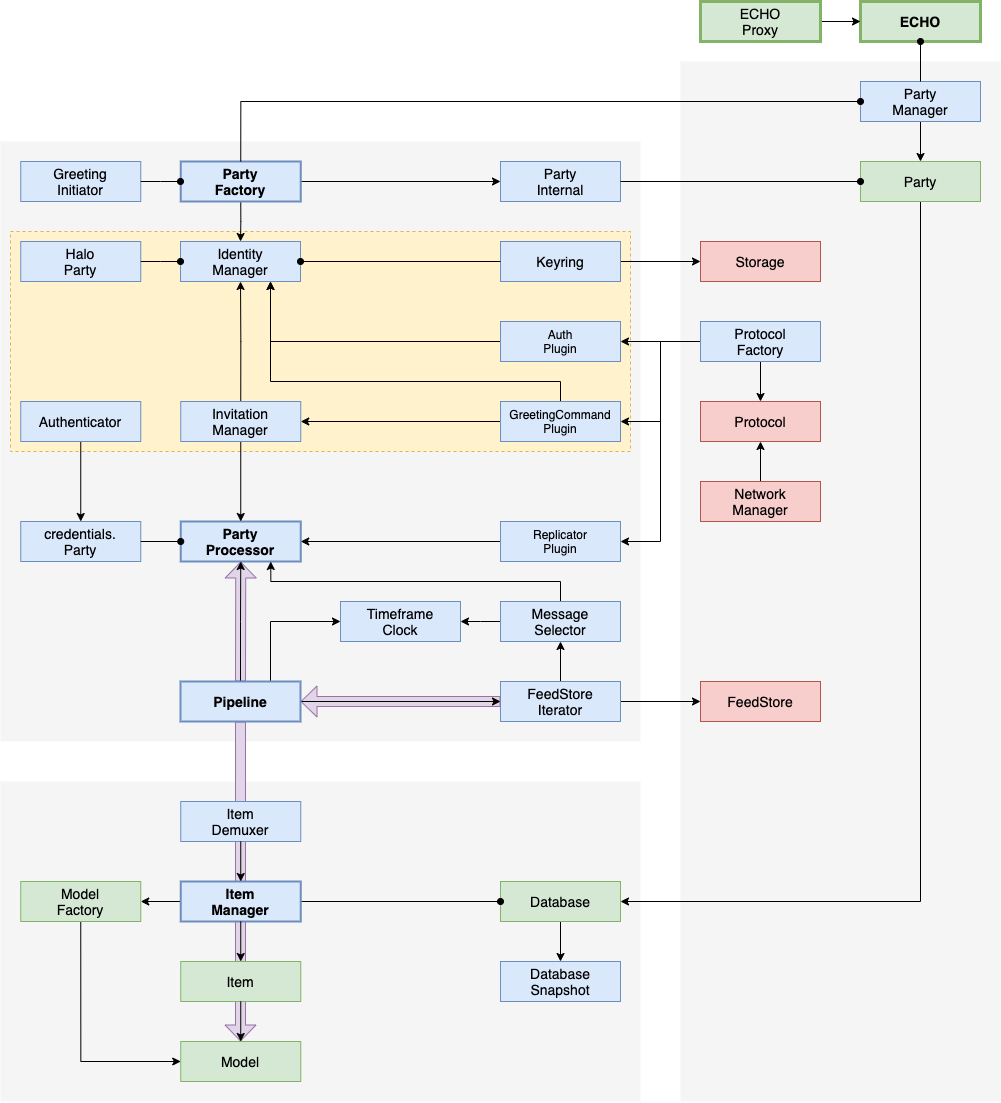
The draw.io diagram docs/diagrams/echo-architecture.png in dxos/dxos, before a commit. Source tidied: cells renumbered, new cells last; positions are measured from the earlier drawing's top-left corner, leaving out a move shared by most shapes.
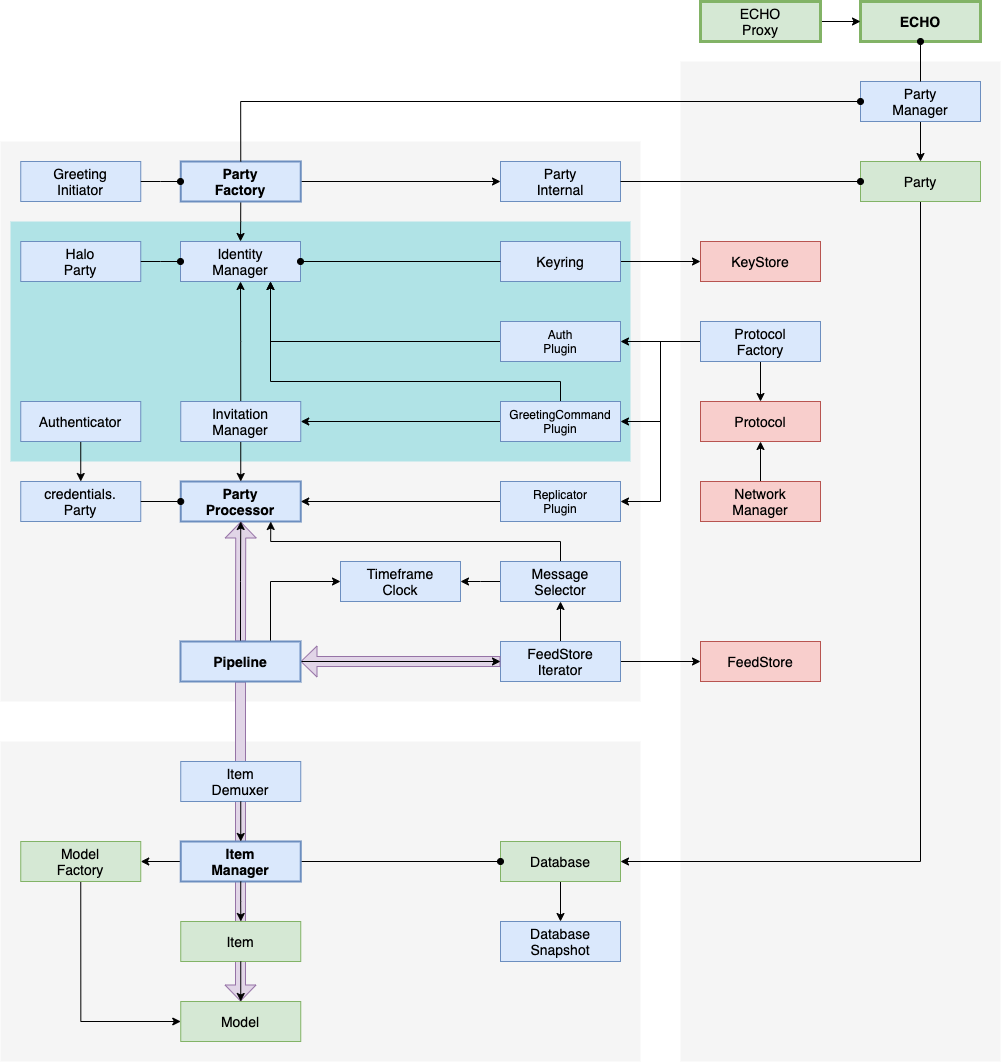
Above is the later version.

What changed in the source:
```diff
@@ -3,16 +3,16 @@
     <mxCell id="0" />
     <mxCell id="1" parent="0" />
     <mxCell id="2" style="rounded=0;whiteSpace=wrap;html=1;fontSize=14;fontFamily=Helvetica;fontStyle=0;fillColor=#f5f5f5;dashed=1;fontColor=#333333;strokeColor=none;" parent="1" vertex="1">
-      <mxGeometry y="140" width="640" height="600" as="geometry" />
+      <mxGeometry y="140" width="640" height="560" as="geometry" />
     </mxCell>
     <mxCell id="3" style="rounded=0;whiteSpace=wrap;html=1;fontSize=14;fontFamily=Helvetica;fontStyle=0;fillColor=#f5f5f5;dashed=1;fontColor=#333333;strokeColor=none;" parent="1" vertex="1">
-      <mxGeometry x="680" y="60" width="320" height="1040" as="geometry" />
+      <mxGeometry x="680" y="60" width="320" height="1000" as="geometry" />
     </mxCell>
     <mxCell id="4" style="rounded=0;whiteSpace=wrap;html=1;fontSize=14;fontFamily=Helvetica;fontStyle=0;fillColor=#f5f5f5;dashed=1;fontColor=#333333;strokeColor=none;" parent="1" vertex="1">
-      <mxGeometry y="780" width="640" height="320" as="geometry" />
+      <mxGeometry y="740" width="640" height="320" as="geometry" />
     </mxCell>
-    <mxCell id="5" style="rounded=0;whiteSpace=wrap;html=1;fontSize=14;fontFamily=Helvetica;fontStyle=0;fillColor=#fff2cc;dashed=1;strokeColor=#d6b656;" parent="1" vertex="1">
-      <mxGeometry x="10" y="230" width="620" height="220" as="geometry" />
+    <mxCell id="5" style="rounded=0;whiteSpace=wrap;html=1;fontSize=14;fontFamily=Helvetica;fontStyle=0;fillColor=#b0e3e6;strokeColor=none;" parent="1" vertex="1">
+      <mxGeometry x="10" y="220" width="620" height="240" as="geometry" />
     </mxCell>
     <mxCell id="6" style="edgeStyle=orthogonalEdgeStyle;rounded=0;jettySize=auto;html=1;exitX=0.5;exitY=1;exitDx=0;exitDy=0;fontSize=12;startArrow=none;startFill=0;endArrow=classic;endFill=1;" parent="1" edge="1" source="7" target="34">
       <mxGeometry relative="1" as="geometry" />
@@ -30,13 +30,13 @@
       <mxGeometry relative="1" as="geometry" />
     </mxCell>
     <mxCell id="11" value="Party&lt;br&gt;Processor" style="rounded=0;whiteSpace=wrap;html=1;fontSize=14;fontFamily=Helvetica;fillColor=#dae8fc;strokeColor=#6c8ebf;fontStyle=1;strokeWidth=2;" parent="1" vertex="1">
-      <mxGeometry x="180.2" y="520" width="120" height="40" as="geometry" />
+      <mxGeometry x="180.2" y="480" width="120" height="40" as="geometry" />
     </mxCell>
     <mxCell id="12" value="credentials.&lt;br&gt;Party" style="rounded=0;whiteSpace=wrap;html=1;fontSize=14;fontFamily=Helvetica;fillColor=#dae8fc;strokeColor=#6c8ebf;fontStyle=0;strokeWidth=1;" parent="1" vertex="1">
-      <mxGeometry x="20.2" y="520" width="120" height="40" as="geometry" />
+      <mxGeometry x="20.2" y="480" width="120" height="40" as="geometry" />
     </mxCell>
     <mxCell id="13" value="Timeframe&lt;br&gt;Clock" style="rounded=0;whiteSpace=wrap;html=1;fontSize=14;fontFamily=Helvetica;fillColor=#dae8fc;strokeColor=#6c8ebf;fontStyle=0;strokeWidth=1;" parent="1" vertex="1">
-      <mxGeometry x="340" y="600" width="120" height="40" as="geometry" />
+      <mxGeometry x="340" y="560" width="120" height="40" as="geometry" />
     </mxCell>
     <mxCell id="14" value="Identity&lt;br&gt;Manager" style="rounded=0;whiteSpace=wrap;html=1;fontSize=14;fontFamily=Helvetica;fillColor=#dae8fc;strokeColor=#6c8ebf;fontStyle=0;strokeWidth=1;" parent="1" vertex="1">
       <mxGeometry x="180" y="240" width="120" height="40" as="geometry" />
@@ -51,7 +51,7 @@
       <mxGeometry relative="1" as="geometry">
         <Array as="points">
           <mxPoint x="660" y="340" />
-          <mxPoint x="660" y="540" />
+          <mxPoint x="660" y="500" />
         </Array>
       </mxGeometry>
     </mxCell>
@@ -74,7 +74,7 @@
       <mxGeometry relative="1" as="geometry" />
     </mxCell>
     <mxCell id="24" value="Model&lt;br&gt;Factory" style="rounded=0;whiteSpace=wrap;html=1;fontSize=14;fontFamily=Helvetica;fillColor=#d5e8d4;strokeColor=#82b366;fontStyle=0;strokeWidth=1;" parent="1" vertex="1">
-      <mxGeometry x="20.2" y="880" width="120" height="40" as="geometry" />
+      <mxGeometry x="20.2" y="840" width="120" height="40" as="geometry" />
     </mxCell>
     <mxCell id="25" style="edgeStyle=orthogonalEdgeStyle;rounded=0;jettySize=auto;html=1;exitX=0.5;exitY=0;exitDx=0;exitDy=0;fontSize=12;startArrow=none;startFill=0;endArrow=classic;endFill=1;" parent="1" edge="1" source="26" target="75">
       <mxGeometry relative="1" as="geometry" />
@@ -97,7 +97,7 @@
     <mxCell id="31" style="edgeStyle=orthogonalEdgeStyle;rounded=0;jettySize=auto;html=1;exitX=0.5;exitY=0;exitDx=0;exitDy=0;endArrow=classic;" parent="1" edge="1" source="52" target="40">
       <mxGeometry relative="1" as="geometry" />
     </mxCell>
-    <mxCell id="32" value="Storage" style="rounded=0;whiteSpace=wrap;html=1;fontSize=14;fontFamily=Helvetica;fillColor=#f8cecc;strokeColor=#b85450;fontStyle=0;strokeWidth=1;" parent="1" vertex="1">
+    <mxCell id="32" value="KeyStore" style="rounded=0;whiteSpace=wrap;html=1;fontSize=14;fontFamily=Helvetica;fillColor=#f8cecc;strokeColor=#b85450;fontStyle=0;strokeWidth=1;" parent="1" vertex="1">
       <mxGeometry x="700" y="240" width="120" height="40" as="geometry" />
     </mxCell>
     <mxCell id="33" value="ECHO" style="rounded=0;whiteSpace=wrap;html=1;fontSize=14;fontFamily=Helvetica;fillColor=#d5e8d4;strokeColor=#82b366;fontStyle=1;strokeWidth=3;" parent="1" vertex="1">
@@ -110,7 +110,7 @@
       <mxGeometry relative="1" as="geometry" />
     </mxCell>
     <mxCell id="36" value="Database" style="rounded=0;whiteSpace=wrap;html=1;fontSize=14;fontFamily=Helvetica;fillColor=#d5e8d4;strokeColor=#82b366;fontStyle=0;strokeWidth=1;" parent="1" vertex="1">
-      <mxGeometry x="500" y="880" width="120" height="40" as="geometry" />
+      <mxGeometry x="500" y="840" width="120" height="40" as="geometry" />
     </mxCell>
     <mxCell id="37" style="edgeStyle=orthogonalEdgeStyle;rounded=0;orthogonalLoop=1;jettySize=auto;html=1;exitX=0.5;exitY=1;exitDx=0;exitDy=0;" parent="1" edge="1" source="44" target="44">
       <mxGeometry relative="1" as="geometry" />
@@ -118,27 +118,27 @@
     <mxCell id="38" style="edgeStyle=orthogonalEdgeStyle;rounded=0;jettySize=auto;html=1;exitX=0;exitY=0.5;exitDx=0;exitDy=0;entryX=1;entryY=0.5;entryDx=0;entryDy=0;" parent="1" edge="1" source="40" target="13">
       <mxGeometry relative="1" as="geometry">
         <Array as="points">
-          <mxPoint x="480" y="620" />
-          <mxPoint x="480" y="620" />
+          <mxPoint x="480" y="580" />
+          <mxPoint x="480" y="580" />
         </Array>
       </mxGeometry>
     </mxCell>
     <mxCell id="39" style="edgeStyle=orthogonalEdgeStyle;rounded=0;jettySize=auto;html=1;exitX=0.5;exitY=0;exitDx=0;exitDy=0;entryX=0.75;entryY=1;entryDx=0;entryDy=0;" parent="1" edge="1" source="40" target="11">
       <mxGeometry relative="1" as="geometry">
         <Array as="points">
-          <mxPoint x="560" y="580" />
-          <mxPoint x="270" y="580" />
+          <mxPoint x="560" y="540" />
+          <mxPoint x="270" y="540" />
         </Array>
       </mxGeometry>
     </mxCell>
     <mxCell id="40" value="Message&lt;br&gt;Selector" style="rounded=0;whiteSpace=wrap;html=1;fontSize=14;fontFamily=Helvetica;fillColor=#dae8fc;strokeColor=#6c8ebf;fontStyle=0;strokeWidth=1;" parent="1" vertex="1">
-      <mxGeometry x="500" y="600" width="120" height="40" as="geometry" />
+      <mxGeometry x="500" y="560" width="120" height="40" as="geometry" />
     </mxCell>
     <mxCell id="41" value="Halo&lt;br&gt;Party" style="rounded=0;whiteSpace=wrap;html=1;fontSize=14;fontFamily=Helvetica;fillColor=#dae8fc;strokeColor=#6c8ebf;fontStyle=0;strokeWidth=1;" parent="1" vertex="1">
       <mxGeometry x="20.2" y="240" width="120" height="40" as="geometry" />
     </mxCell>
     <mxCell id="42" value="FeedStore" style="rounded=0;whiteSpace=wrap;html=1;fontSize=14;fontFamily=Helvetica;fillColor=#f8cecc;strokeColor=#b85450;fontStyle=0;strokeWidth=1;" parent="1" vertex="1">
-      <mxGeometry x="700" y="680" width="120" height="40" as="geometry" />
+      <mxGeometry x="700" y="640" width="120" height="40" as="geometry" />
     </mxCell>
     <mxCell id="43" style="edgeStyle=orthogonalEdgeStyle;rounded=0;jettySize=auto;html=1;exitX=1;exitY=0.5;exitDx=0;exitDy=0;entryX=0;entryY=0.5;entryDx=0;entryDy=0;fontSize=12;startArrow=none;startFill=0;endArrow=classic;endFill=1;" parent="1" edge="1" source="44" target="32">
       <mxGeometry relative="1" as="geometry" />
@@ -178,14 +178,14 @@
       <mxGeometry relative="1" as="geometry" />
     </mxCell>
     <mxCell id="52" value="FeedStore&lt;br&gt;Iterator" style="rounded=0;whiteSpace=wrap;html=1;fontSize=14;fontFamily=Helvetica;fillColor=#dae8fc;strokeColor=#6c8ebf;fontStyle=0;strokeWidth=1;" parent="1" vertex="1">
-      <mxGeometry x="500" y="680" width="120" height="40" as="geometry" />
+      <mxGeometry x="500" y="640" width="120" height="40" as="geometry" />
     </mxCell>
     <mxCell id="53" style="shape=flexArrow;endArrow=classic;html=1;endSize=5;strokeColor=#9673a6;fillColor=#e1d5e7;entryX=1;entryY=0.5;entryDx=0;entryDy=0;exitX=0;exitY=0.5;exitDx=0;exitDy=0;" parent="1" edge="1" source="52" target="78">
       <mxGeometry relative="1" as="geometry" />
     </mxCell>
     <mxCell id="54" style="shape=flexArrow;endArrow=classic;html=1;endSize=5;strokeColor=#9673a6;fillColor=#e1d5e7;entryX=0.5;entryY=1;entryDx=0;entryDy=0;" parent="1" edge="1" target="11">
       <mxGeometry relative="1" as="geometry">
-        <mxPoint x="240" y="680" as="sourcePoint" />
+        <mxPoint x="240" y="640" as="sourcePoint" />
       </mxGeometry>
     </mxCell>
     <mxCell id="55" style="edgeStyle=orthogonalEdgeStyle;rounded=0;jettySize=auto;html=1;exitX=0.5;exitY=0;exitDx=0;exitDy=0;entryX=0.5;entryY=1;entryDx=0;entryDy=0;" parent="1" edge="1" source="78" target="11">
@@ -193,20 +193,20 @@
     </mxCell>
     <mxCell id="56" style="shape=flexArrow;endArrow=classic;html=1;endSize=5;strokeColor=#9673a6;fillColor=#e1d5e7;exitX=0.5;exitY=1;exitDx=0;exitDy=0;" parent="1" edge="1" source="78">
       <mxGeometry relative="1" as="geometry">
-        <mxPoint x="240" y="1040" as="targetPoint" />
+        <mxPoint x="240" y="1000" as="targetPoint" />
       </mxGeometry>
     </mxCell>
     <mxCell id="57" value="Item" style="rounded=0;whiteSpace=wrap;html=1;fontSize=14;fontFamily=Helvetica;fillColor=#d5e8d4;strokeColor=#82b366;fontStyle=0;strokeWidth=1;" parent="1" vertex="1">
-      <mxGeometry x="180.2" y="960" width="120" height="40" as="geometry" />
+      <mxGeometry x="180.2" y="920" width="120" height="40" as="geometry" />
     </mxCell>
     <mxCell id="58" value="Model" style="rounded=0;whiteSpace=wrap;html=1;fontSize=14;fontFamily=Helvetica;fillColor=#d5e8d4;strokeColor=#82b366;fontStyle=0;strokeWidth=1;" parent="1" vertex="1">
-      <mxGeometry x="180.2" y="1040" width="120" height="40" as="geometry" />
+      <mxGeometry x="180.2" y="1000" width="120" height="40" as="geometry" />
     </mxCell>
     <mxCell id="59" value="Item&lt;br&gt;Demuxer" style="rounded=0;whiteSpace=wrap;html=1;fontSize=14;fontFamily=Helvetica;fillColor=#dae8fc;strokeColor=#6c8ebf;fontStyle=0;strokeWidth=1;" parent="1" vertex="1">
-      <mxGeometry x="180.2" y="800" width="120" height="40" as="geometry" />
+      <mxGeometry x="180.2" y="760" width="120" height="40" as="geometry" />
     </mxCell>
     <mxCell id="60" value="Item&lt;br&gt;Manager" style="rounded=0;whiteSpace=wrap;html=1;fontSize=14;fontFamily=Helvetica;fillColor=#dae8fc;strokeColor=#6c8ebf;fontStyle=1;strokeWidth=2;" parent="1" vertex="1">
-      <mxGeometry x="180.2" y="880" width="120" height="40" as="geometry" />
+      <mxGeometry x="180.2" y="840" width="120" height="40" as="geometry" />
     </mxCell>
     <mxCell id="61" style="edgeStyle=orthogonalEdgeStyle;rounded=0;jettySize=auto;html=1;exitX=0.5;exitY=1;exitDx=0;exitDy=0;" parent="1" edge="1" source="60" target="57">
       <mxGeometry relative="1" as="geometry" />
@@ -224,7 +224,7 @@
       <mxGeometry x="700" width="120" height="40" as="geometry" />
     </mxCell>
     <mxCell id="66" value="Database&lt;br&gt;Snapshot" style="rounded=0;whiteSpace=wrap;html=1;fontSize=14;fontFamily=Helvetica;fillColor=#dae8fc;strokeColor=#6c8ebf;fontStyle=0;strokeWidth=1;" parent="1" vertex="1">
-      <mxGeometry x="500" y="960" width="120" height="40" as="geometry" />
+      <mxGeometry x="500" y="920" width="120" height="40" as="geometry" />
     </mxCell>
     <mxCell id="67" style="edgeStyle=orthogonalEdgeStyle;rounded=0;jettySize=auto;html=1;exitX=0;exitY=0.5;exitDx=0;exitDy=0;entryX=0.75;entryY=1;entryDx=0;entryDy=0;fontSize=12;startArrow=none;startFill=0;endArrow=classic;endFill=1;" parent="1" edge="1" source="68" target="14">
       <mxGeometry relative="1" as="geometry" />
@@ -250,7 +250,7 @@
       <mxGeometry relative="1" as="geometry" />
     </mxCell>
     <mxCell id="73" value="Replicator&lt;br style=&quot;font-size: 12px;&quot;&gt;Plugin" style="rounded=0;whiteSpace=wrap;html=1;fontSize=12;fontFamily=Helvetica;fillColor=#dae8fc;strokeColor=#6c8ebf;fontStyle=0;strokeWidth=1;" parent="1" vertex="1">
-      <mxGeometry x="500" y="520" width="120" height="40" as="geometry" />
+      <mxGeometry x="500" y="480" width="120" height="40" as="geometry" />
     </mxCell>
     <mxCell id="74" style="edgeStyle=orthogonalEdgeStyle;rounded=0;jettySize=auto;html=1;exitX=0;exitY=0.5;exitDx=0;exitDy=0;fontSize=12;startArrow=oval;startFill=1;endArrow=none;endFill=0;" parent="1" edge="1" source="14" target="41">
       <mxGeometry relative="1" as="geometry" />
@@ -265,7 +265,7 @@
       <mxGeometry relative="1" as="geometry" />
     </mxCell>
     <mxCell id="78" value="Pipeline" style="rounded=0;whiteSpace=wrap;html=1;fontSize=14;fontFamily=Helvetica;fillColor=#dae8fc;strokeColor=#6c8ebf;fontStyle=1;strokeWidth=2;" parent="1" vertex="1">
-      <mxGeometry x="180" y="680" width="120" height="40" as="geometry" />
+      <mxGeometry x="180" y="640" width="120" height="40" as="geometry" />
     </mxCell>
     <mxCell id="79" style="edgeStyle=orthogonalEdgeStyle;rounded=0;jettySize=auto;html=1;exitX=0.5;exitY=1;exitDx=0;exitDy=0;entryX=0.5;entryY=0;entryDx=0;entryDy=0;fontSize=12;startArrow=none;startFill=0;endArrow=classic;endFill=1;" parent="1" edge="1" source="80" target="12">
       <mxGeometry relative="1" as="geometry" />
```
